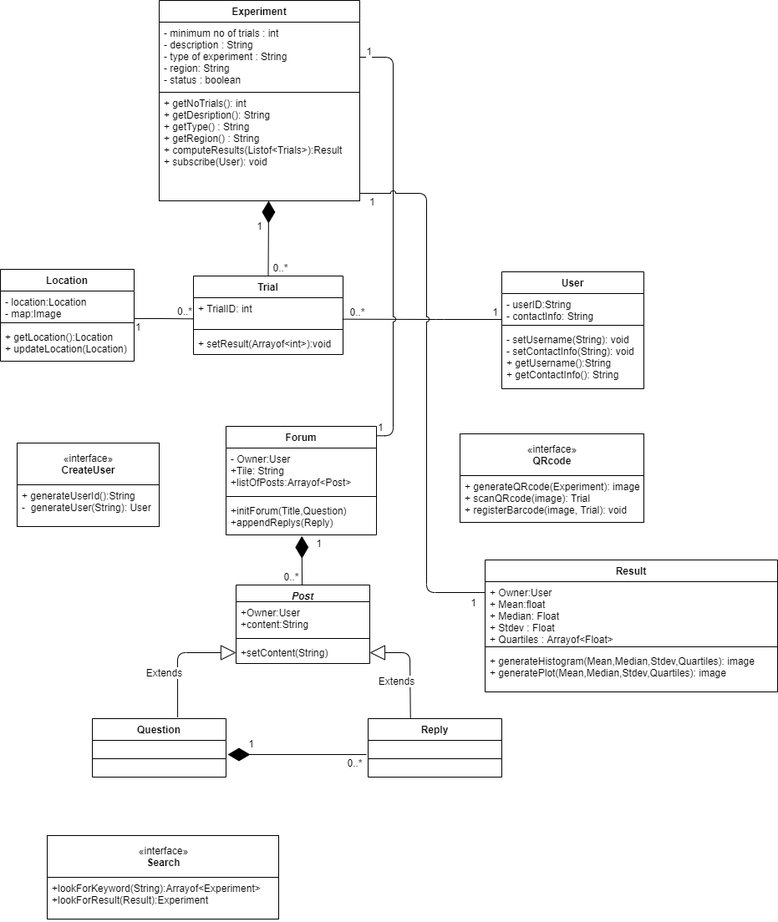
Earlier version of the draw.io export doc/UML_Proj 2.png (CMPUT301W21T37/Survey-Genie). Source tidied: cells renumbered, new cells last; positions are measured from the earlier drawing's top-left corner, leaving out a move shared by most shapes.
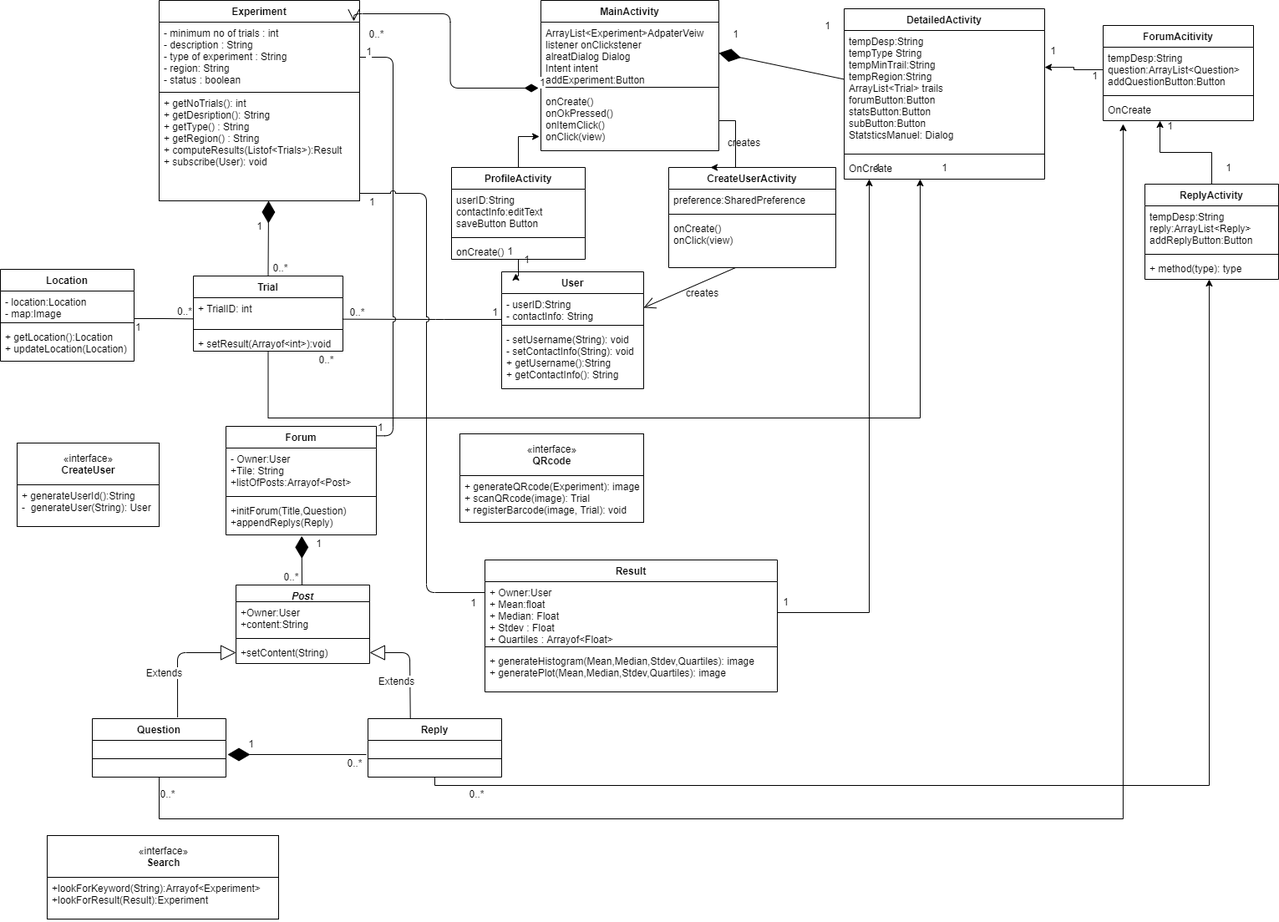
Above is the later version.

Commit message:
UML project part3

What changed in the source:
```diff
@@ -39,7 +39,7 @@
       <mxGeometry y="68" width="160" height="42" as="geometry" />
     </mxCell>
     <mxCell id="12" value="Trial" style="swimlane;fontStyle=1;align=center;verticalAlign=top;horizontal=1;startSize=26;" parent="1" vertex="1">
-      <mxGeometry x="231" y="330" width="179" height="94" as="geometry" />
+      <mxGeometry x="231" y="330" width="179" height="90" as="geometry" />
     </mxCell>
     <mxCell id="13" value="+ TrialID: int" style="text;strokeColor=none;fillColor=none;align=left;verticalAlign=top;spacingLeft=4;spacingRight=4;overflow=hidden;points=[[0,0.5],[1,0.5]];portConstraint=eastwest;" parent="12" vertex="1">
       <mxGeometry y="26" width="179" height="34" as="geometry" />
@@ -48,7 +48,7 @@
       <mxGeometry y="60" width="179" height="8" as="geometry" />
     </mxCell>
     <mxCell id="15" value="+ setResult(Arrayof&lt;int&gt;):void" style="text;strokeColor=none;fillColor=none;align=left;verticalAlign=top;spacingLeft=4;spacingRight=4;overflow=hidden;points=[[0,0.5],[1,0.5]];portConstraint=eastwest;" parent="12" vertex="1">
-      <mxGeometry y="68" width="179" height="26" as="geometry" />
+      <mxGeometry y="68" width="179" height="22" as="geometry" />
     </mxCell>
     <mxCell id="16" value="User" style="swimlane;fontStyle=1;align=center;verticalAlign=top;horizontal=1;startSize=26;" parent="1" vertex="1">
       <mxGeometry x="600" y="325" width="170" height="140" as="geometry" />
@@ -126,12 +126,28 @@
         <mxPoint x="-8.3" y="-2" as="offset" />
       </mxGeometry>
     </mxCell>
+    <mxCell id="65" style="edgeStyle=orthogonalEdgeStyle;rounded=0;jettySize=auto;html=1;entryX=0.133;entryY=1.154;entryDx=0;entryDy=0;entryPerimeter=0;" parent="1" edge="1" source="37" target="97">
+      <mxGeometry relative="1" as="geometry">
+        <Array as="points">
+          <mxPoint x="190" y="980" />
+          <mxPoint x="1344" y="980" />
+        </Array>
+      </mxGeometry>
+    </mxCell>
     <mxCell id="37" value="Question" style="swimlane;fontStyle=1;align=center;verticalAlign=top;horizontal=1;startSize=26;" parent="1" vertex="1">
       <mxGeometry x="110" y="860" width="160" height="70" as="geometry" />
     </mxCell>
     <mxCell id="38" style="line;strokeWidth=1;fillColor=none;align=left;verticalAlign=middle;spacingTop=-1;spacingLeft=3;spacingRight=3;labelPosition=right;" parent="37" vertex="1">
       <mxGeometry y="26" width="160" height="44" as="geometry" />
     </mxCell>
+    <mxCell id="66" style="edgeStyle=orthogonalEdgeStyle;rounded=0;jettySize=auto;html=1;entryX=0.481;entryY=1;entryDx=0;entryDy=0;entryPerimeter=0;" parent="1" edge="1" source="39" target="102">
+      <mxGeometry relative="1" as="geometry">
+        <Array as="points">
+          <mxPoint x="520" y="940" />
+          <mxPoint x="1447" y="940" />
+        </Array>
+      </mxGeometry>
+    </mxCell>
     <mxCell id="39" value="Reply" style="swimlane;fontStyle=1;align=center;verticalAlign=top;horizontal=1;startSize=26;" parent="1" vertex="1">
       <mxGeometry x="440" y="860" width="160" height="70" as="geometry" />
     </mxCell>
@@ -234,5 +250,169 @@
         <mxPoint x="-10" y="21" as="offset" />
       </mxGeometry>
     </mxCell>
+    <mxCell id="67" value="MainActivity" style="swimlane;fontStyle=1;align=center;verticalAlign=top;horizontal=1;startSize=26;" parent="1" vertex="1">
+      <mxGeometry x="647" width="213" height="180" as="geometry" />
+    </mxCell>
+    <mxCell id="68" value="ArrayList&lt;Experiment&gt;AdpaterVeiw&#10;listener onClickstener&#10;alreatDialog Dialog&#10;Intent intent&#10;addExperiment:Button" style="text;strokeColor=none;fillColor=none;align=left;verticalAlign=top;spacingLeft=4;spacingRight=4;overflow=hidden;points=[[0,0.5],[1,0.5]];portConstraint=eastwest;" parent="67" vertex="1">
+      <mxGeometry y="26" width="213" height="74" as="geometry" />
+    </mxCell>
+    <mxCell id="69" style="line;strokeWidth=1;fillColor=none;align=left;verticalAlign=middle;spacingTop=-1;spacingLeft=3;spacingRight=3;labelPosition=right;" parent="67" vertex="1">
+      <mxGeometry y="100" width="213" height="8" as="geometry" />
+    </mxCell>
+    <mxCell id="70" value="onCreate()&#10;onOkPressed()&#10;onItemClick()&#10;onClick(view)" style="text;strokeColor=none;fillColor=none;align=left;verticalAlign=top;spacingLeft=4;spacingRight=4;overflow=hidden;points=[[0,0.5],[1,0.5]];portConstraint=eastwest;" parent="67" vertex="1">
+      <mxGeometry y="108" width="213" height="72" as="geometry" />
+    </mxCell>
+    <mxCell id="71" value="1" style="endArrow=open;html=1;endSize=12;startArrow=diamondThin;startSize=14;startFill=1;edgeStyle=orthogonalEdgeStyle;align=left;verticalAlign=bottom;exitX=-0.014;exitY=-0.042;exitDx=0;exitDy=0;exitPerimeter=0;entryX=0.971;entryY=-0.012;entryDx=0;entryDy=0;entryPerimeter=0;" parent="1" edge="1" source="70" target="3">
+      <mxGeometry x="-1" y="3" relative="1" as="geometry" />
+    </mxCell>
+    <mxCell id="72" value="0..*" style="text;html=1;align=center;verticalAlign=middle;" parent="1" vertex="1">
+      <mxGeometry x="435" y="30" width="30" height="20" as="geometry" />
+    </mxCell>
+    <mxCell id="73" value="CreateUserActivity" style="swimlane;fontStyle=1;align=center;verticalAlign=top;horizontal=1;startSize=26;" parent="1" vertex="1">
+      <mxGeometry x="800" y="200" width="200" height="120" as="geometry" />
+    </mxCell>
+    <mxCell id="74" value="preference:SharedPreference" style="text;strokeColor=none;fillColor=none;align=left;verticalAlign=top;spacingLeft=4;spacingRight=4;overflow=hidden;" parent="73" vertex="1">
+      <mxGeometry y="26" width="200" height="26" as="geometry" />
+    </mxCell>
+    <mxCell id="75" style="line;strokeWidth=1;fillColor=none;align=left;verticalAlign=middle;spacingTop=-1;spacingLeft=3;spacingRight=3;labelPosition=right;" parent="73" vertex="1">
+      <mxGeometry y="52" width="200" height="8" as="geometry" />
+    </mxCell>
+    <mxCell id="76" value="onCreate()&#10;onClick(view)" style="text;strokeColor=none;fillColor=none;align=left;verticalAlign=top;spacingLeft=4;spacingRight=4;overflow=hidden;" parent="73" vertex="1">
+      <mxGeometry y="60" width="200" height="60" as="geometry" />
+    </mxCell>
+    <mxCell id="77" style="endArrow=open;endFill=1;endSize=12;html=1;entryX=1;entryY=0.5;entryDx=0;entryDy=0;" parent="73" edge="1" target="17">
+      <mxGeometry relative="1" as="geometry">
+        <mxPoint x="80" y="120" as="sourcePoint" />
+      </mxGeometry>
+    </mxCell>
+    <mxCell id="78" style="edgeStyle=orthogonalEdgeStyle;rounded=0;jettySize=auto;html=1;exitX=1;exitY=0.5;exitDx=0;exitDy=0;entryX=0.25;entryY=0;entryDx=0;entryDy=0;" parent="1" edge="1" source="70" target="73">
+      <mxGeometry relative="1" as="geometry" />
+    </mxCell>
+    <mxCell id="79" value="creates" style="text;html=1;align=center;verticalAlign=middle;" parent="1" vertex="1">
+      <mxGeometry x="865" y="160" width="50" height="20" as="geometry" />
+    </mxCell>
+    <mxCell id="80" value="creates" style="text;html=1;align=center;verticalAlign=middle;" parent="1" vertex="1">
+      <mxGeometry x="815" y="340" width="50" height="20" as="geometry" />
+    </mxCell>
+    <mxCell id="81" value="DetailedActivity" style="swimlane;fontStyle=1;align=center;verticalAlign=top;horizontal=1;startSize=26;" parent="1" vertex="1">
+      <mxGeometry x="1010" y="10" width="240" height="204" as="geometry" />
+    </mxCell>
+    <mxCell id="82" value="tempDesp:String&#10;tempType String&#10;tempMinTrail:String&#10;tempRegion:String&#10;ArrayList&lt;Trial&gt; trails&#10;forumButton:Button&#10;statsButton:Button&#10;subButton:Button&#10;StatsticsManuel: Dialog" style="text;strokeColor=none;fillColor=none;align=left;verticalAlign=top;spacingLeft=4;spacingRight=4;overflow=hidden;points=[[0,0.5],[1,0.5]];portConstraint=eastwest;" parent="81" vertex="1">
+      <mxGeometry y="26" width="240" height="144" as="geometry" />
+    </mxCell>
+    <mxCell id="83" style="line;strokeWidth=1;fillColor=none;align=left;verticalAlign=middle;spacingTop=-1;spacingLeft=3;spacingRight=3;labelPosition=right;" parent="81" vertex="1">
+      <mxGeometry y="170" width="240" height="8" as="geometry" />
+    </mxCell>
+    <mxCell id="84" value="OnCreate" style="text;strokeColor=none;fillColor=none;align=left;verticalAlign=top;spacingLeft=4;spacingRight=4;overflow=hidden;points=[[0,0.5],[1,0.5]];portConstraint=eastwest;" parent="81" vertex="1">
+      <mxGeometry y="178" width="240" height="26" as="geometry" />
+    </mxCell>
+    <mxCell id="85" style="endArrow=diamondThin;endFill=1;endSize=24;html=1;entryX=1;entryY=0.5;entryDx=0;entryDy=0;exitX=0;exitY=0.406;exitDx=0;exitDy=0;exitPerimeter=0;" parent="1" edge="1" source="82" target="68">
+      <mxGeometry relative="1" as="geometry" />
+    </mxCell>
+    <mxCell id="86" value="1" style="text;html=1;align=center;verticalAlign=middle;" parent="1" vertex="1">
+      <mxGeometry x="870" y="30" width="20" height="20" as="geometry" />
+    </mxCell>
+    <mxCell id="87" value="1" style="text;html=1;align=center;verticalAlign=middle;" parent="1" vertex="1">
+      <mxGeometry x="980" y="20" width="20" height="20" as="geometry" />
+    </mxCell>
+    <mxCell id="88" style="edgeStyle=orthogonalEdgeStyle;rounded=0;jettySize=auto;html=1;entryX=0.379;entryY=1;entryDx=0;entryDy=0;entryPerimeter=0;" parent="1" edge="1" source="15" target="84">
+      <mxGeometry relative="1" as="geometry">
+        <Array as="points">
+          <mxPoint x="321" y="500" />
+          <mxPoint x="1101" y="500" />
+        </Array>
+      </mxGeometry>
+    </mxCell>
+    <mxCell id="89" style="edgeStyle=orthogonalEdgeStyle;rounded=0;jettySize=auto;html=1;" parent="1" edge="1" source="59" target="84">
+      <mxGeometry relative="1" as="geometry">
+        <Array as="points">
+          <mxPoint x="1040" y="733" />
+        </Array>
+      </mxGeometry>
+    </mxCell>
+    <mxCell id="90" value="1" style="text;html=1;align=center;verticalAlign=middle;" parent="1" vertex="1">
+      <mxGeometry x="1040" y="190" width="20" height="20" as="geometry" />
+    </mxCell>
+    <mxCell id="91" value="1" style="text;html=1;align=center;verticalAlign=middle;" parent="1" vertex="1">
+      <mxGeometry x="1120" y="190" width="20" height="20" as="geometry" />
+    </mxCell>
+    <mxCell id="92" value="1" style="text;html=1;align=center;verticalAlign=middle;" parent="1" vertex="1">
+      <mxGeometry x="930" y="710" width="20" height="20" as="geometry" />
+    </mxCell>
+    <mxCell id="93" value="0..*" style="text;html=1;align=center;verticalAlign=middle;" parent="1" vertex="1">
+      <mxGeometry x="375" y="420" width="30" height="20" as="geometry" />
+    </mxCell>
+    <mxCell id="94" value="ForumAcitivity" style="swimlane;fontStyle=1;align=center;verticalAlign=top;horizontal=1;startSize=26;" parent="1" vertex="1">
+      <mxGeometry x="1320" y="30" width="180" height="114" as="geometry" />
+    </mxCell>
+    <mxCell id="95" value="tempDesp:String&#10;question:ArrayList&lt;Question&gt;&#10;addQuestionButton:Button" style="text;strokeColor=none;fillColor=none;align=left;verticalAlign=top;spacingLeft=4;spacingRight=4;overflow=hidden;points=[[0,0.5],[1,0.5]];portConstraint=eastwest;" parent="94" vertex="1">
+      <mxGeometry y="26" width="180" height="54" as="geometry" />
+    </mxCell>
+    <mxCell id="96" style="line;strokeWidth=1;fillColor=none;align=left;verticalAlign=middle;spacingTop=-1;spacingLeft=3;spacingRight=3;labelPosition=right;" parent="94" vertex="1">
+      <mxGeometry y="80" width="180" height="8" as="geometry" />
+    </mxCell>
+    <mxCell id="97" value="OnCreate" style="text;strokeColor=none;fillColor=none;align=left;verticalAlign=top;spacingLeft=4;spacingRight=4;overflow=hidden;points=[[0,0.5],[1,0.5]];portConstraint=eastwest;" parent="94" vertex="1">
+      <mxGeometry y="88" width="180" height="26" as="geometry" />
+    </mxCell>
+    <mxCell id="98" style="edgeStyle=orthogonalEdgeStyle;rounded=0;jettySize=auto;html=1;entryX=0.378;entryY=1;entryDx=0;entryDy=0;entryPerimeter=0;" parent="1" edge="1" source="99" target="97">
+      <mxGeometry relative="1" as="geometry" />
+    </mxCell>
+    <mxCell id="99" value="ReplyActivity" style="swimlane;fontStyle=1;align=center;verticalAlign=top;horizontal=1;startSize=26;" parent="1" vertex="1">
+      <mxGeometry x="1370" y="220" width="160" height="114" as="geometry" />
+    </mxCell>
+    <mxCell id="100" value="tempDesp:String&#10;reply:ArrayList&lt;Reply&gt;&#10;addReplyButton:Button" style="text;strokeColor=none;fillColor=none;align=left;verticalAlign=top;spacingLeft=4;spacingRight=4;overflow=hidden;" parent="99" vertex="1">
+      <mxGeometry y="26" width="160" height="54" as="geometry" />
+    </mxCell>
+    <mxCell id="101" style="line;strokeWidth=1;fillColor=none;align=left;verticalAlign=middle;spacingTop=-1;spacingLeft=3;spacingRight=3;labelPosition=right;" parent="99" vertex="1">
+      <mxGeometry y="80" width="160" height="8" as="geometry" />
+    </mxCell>
+    <mxCell id="102" value="+ method(type): type" style="text;strokeColor=none;fillColor=none;align=left;verticalAlign=top;spacingLeft=4;spacingRight=4;overflow=hidden;points=[[0,0.5],[1,0.5]];portConstraint=eastwest;" parent="99" vertex="1">
+      <mxGeometry y="88" width="160" height="26" as="geometry" />
+    </mxCell>
+    <mxCell id="103" style="edgeStyle=orthogonalEdgeStyle;rounded=0;jettySize=auto;html=1;entryX=1;entryY=0.306;entryDx=0;entryDy=0;entryPerimeter=0;" parent="1" edge="1" source="95" target="82">
+      <mxGeometry relative="1" as="geometry" />
+    </mxCell>
+    <mxCell id="104" value="1" style="text;html=1;align=center;verticalAlign=middle;" parent="1" vertex="1">
+      <mxGeometry x="1250" y="50" width="20" height="20" as="geometry" />
+    </mxCell>
+    <mxCell id="105" value="1" style="text;html=1;align=center;verticalAlign=middle;" parent="1" vertex="1">
+      <mxGeometry x="1300" y="80" width="20" height="20" as="geometry" />
+    </mxCell>
+    <mxCell id="106" value="1" style="text;html=1;align=center;verticalAlign=middle;" parent="1" vertex="1">
+      <mxGeometry x="1390" y="140" width="20" height="20" as="geometry" />
+    </mxCell>
+    <mxCell id="107" value="1" style="text;html=1;align=center;verticalAlign=middle;" parent="1" vertex="1">
+      <mxGeometry x="1460" y="190" width="20" height="20" as="geometry" />
+    </mxCell>
+    <mxCell id="108" value="0..*" style="text;html=1;align=center;verticalAlign=middle;" parent="1" vertex="1">
+      <mxGeometry x="185" y="940" width="30" height="20" as="geometry" />
+    </mxCell>
+    <mxCell id="109" value="0..*" style="text;html=1;align=center;verticalAlign=middle;" parent="1" vertex="1">
+      <mxGeometry x="555" y="940" width="30" height="20" as="geometry" />
+    </mxCell>
+    <mxCell id="110" style="edgeStyle=orthogonalEdgeStyle;rounded=0;jettySize=auto;html=1;entryX=0.1;entryY=0.014;entryDx=0;entryDy=0;entryPerimeter=0;" parent="1" edge="1" source="112" target="16">
+      <mxGeometry relative="1" as="geometry" />
+    </mxCell>
+    <mxCell id="111" style="edgeStyle=orthogonalEdgeStyle;rounded=0;jettySize=auto;html=1;exitX=0.5;exitY=0;exitDx=0;exitDy=0;entryX=-0.009;entryY=0.764;entryDx=0;entryDy=0;entryPerimeter=0;" parent="1" edge="1" source="112" target="70">
+      <mxGeometry relative="1" as="geometry" />
+    </mxCell>
+    <mxCell id="112" value="ProfileActivity" style="swimlane;fontStyle=1;align=center;verticalAlign=top;horizontal=1;startSize=26;" parent="1" vertex="1">
+      <mxGeometry x="540" y="200" width="160" height="110" as="geometry" />
+    </mxCell>
+    <mxCell id="113" value="userID:String&#10;contactInfo:editText&#10;saveButton Button" style="text;strokeColor=none;fillColor=none;align=left;verticalAlign=top;spacingLeft=4;spacingRight=4;overflow=hidden;" parent="112" vertex="1">
+      <mxGeometry y="26" width="160" height="54" as="geometry" />
+    </mxCell>
+    <mxCell id="114" style="line;strokeWidth=1;fillColor=none;align=left;verticalAlign=middle;spacingTop=-1;spacingLeft=3;spacingRight=3;labelPosition=right;" parent="112" vertex="1">
+      <mxGeometry y="80" width="160" height="8" as="geometry" />
+    </mxCell>
+    <mxCell id="115" value="onCreate()" style="text;strokeColor=none;fillColor=none;align=left;verticalAlign=top;spacingLeft=4;spacingRight=4;overflow=hidden;" parent="112" vertex="1">
+      <mxGeometry y="88" width="160" height="22" as="geometry" />
+    </mxCell>
+    <mxCell id="116" value="1" style="text;html=1;align=center;verticalAlign=middle;" parent="1" vertex="1">
+      <mxGeometry x="600" y="290" width="20" height="20" as="geometry" />
+    </mxCell>
+    <mxCell id="117" value="1" style="text;html=1;align=center;verticalAlign=middle;" parent="1" vertex="1">
+      <mxGeometry x="620" y="300" width="20" height="20" as="geometry" />
+    </mxCell>
   </root>
 </mxGraphModel>
```
